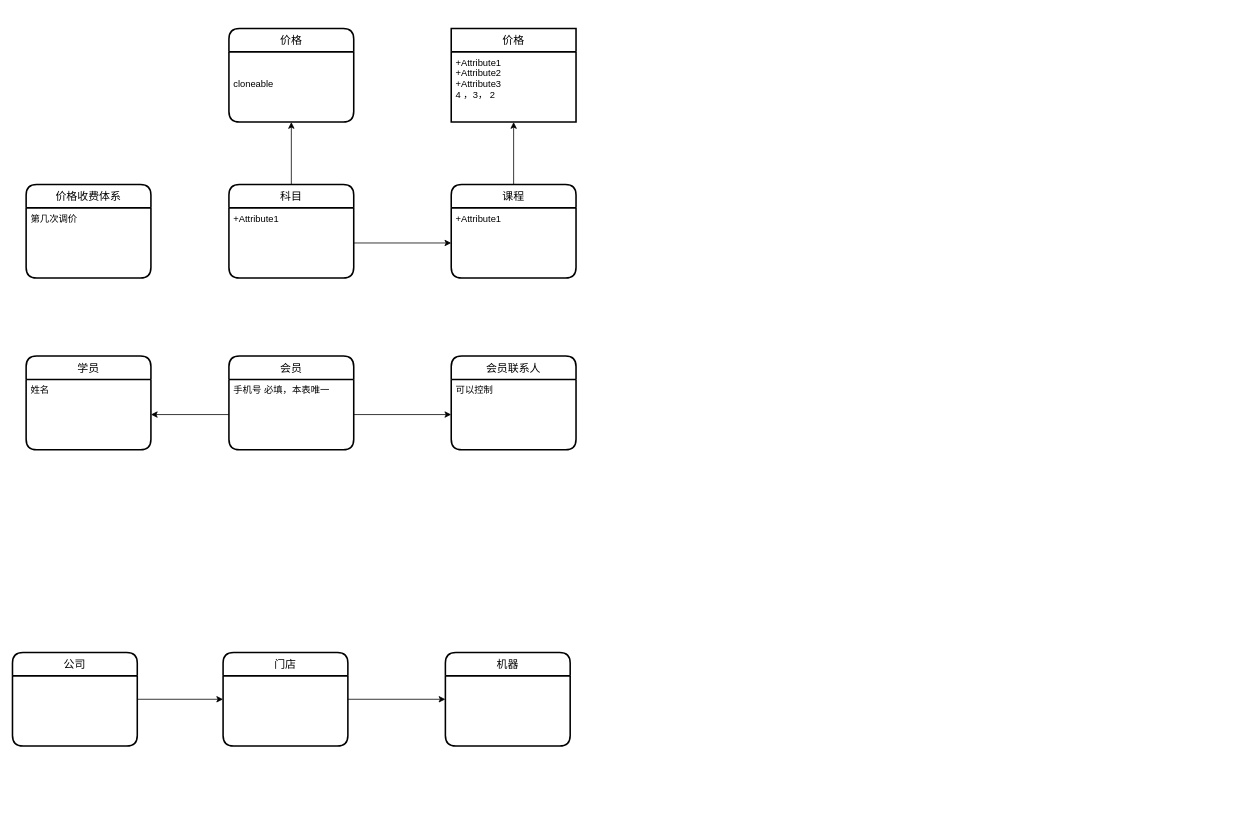
Above: skinow-erp-entity-relationship.drawio in skinow/diagrams (draw.io), before the change. Source tidied: cells renumbered, new cells numbered last; positions are measured from the earlier drawing's top-left corner, leaving out a move shared by most shapes. Both pictures are drawn from the tidied source at 78%, with x=0, y=0 at pixel (12, 28).
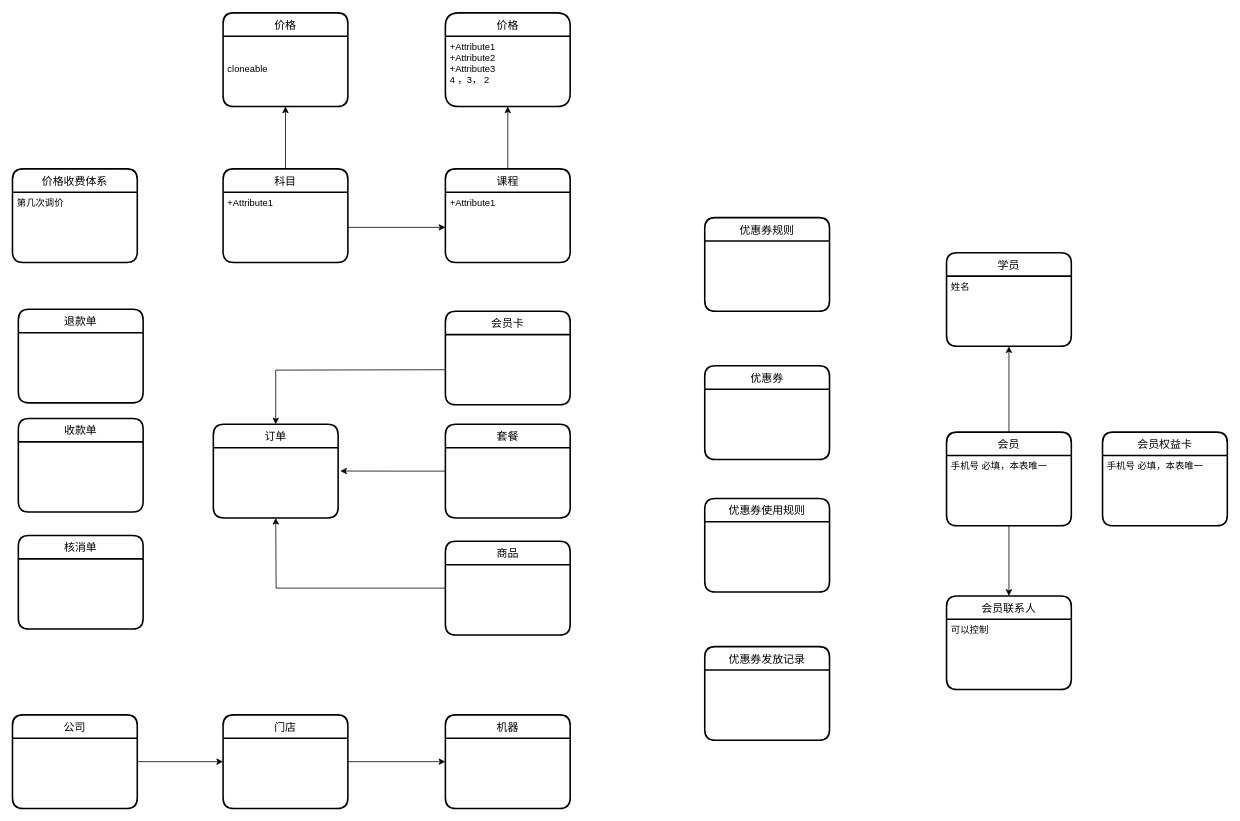
After the change.

The change refers to these unchanged cells:
```xml
<mxCell id="16" value="手机号 必填，本表唯一" style="align=left;strokeColor=none;fillColor=none;spacingLeft=4;fontSize=12;verticalAlign=top;" parent="15" vertex="1">
  <mxGeometry y="30" width="160" height="90" as="geometry" />
</mxCell>
<mxCell id="18" value="姓名" style="align=left;strokeColor=none;fillColor=none;spacingLeft=4;fontSize=12;verticalAlign=top;" parent="17" vertex="1">
  <mxGeometry y="30" width="160" height="90" as="geometry" />
</mxCell>
<mxCell id="20" value="可以控制" style="align=left;strokeColor=none;fillColor=none;spacingLeft=4;fontSize=12;verticalAlign=top;" parent="19" vertex="1">
  <mxGeometry y="30" width="160" height="90" as="geometry" />
</mxCell>
```

Diff of the diagram source:
```diff
@@
     <mxCell id="3" value="科目" style="swimlane;horizontal=1;startSize=30;rounded=1;fontSize=14;fontStyle=0;strokeWidth=2;shadow=0;dashed=0;align=center;" parent="1" vertex="1">
-      <mxGeometry x="278" y="200" width="160" height="120" as="geometry" />
+      <mxGeometry x="270.5" y="180" width="160" height="120" as="geometry" />
     </mxCell>
@@
     <mxCell id="6" value="课程" style="swimlane;horizontal=1;startSize=30;rounded=1;fontSize=14;fontStyle=0;strokeWidth=2;shadow=0;dashed=0;align=center;" parent="1" vertex="1">
-      <mxGeometry x="563" y="200" width="160" height="120" as="geometry" />
+      <mxGeometry x="555.5" y="180" width="160" height="120" as="geometry" />
     </mxCell>
@@
     <mxCell id="8" value="价格" style="swimlane;horizontal=1;startSize=30;rounded=1;fontSize=14;fontStyle=0;strokeWidth=2;shadow=0;dashed=0;align=center;" parent="1" vertex="1">
-      <mxGeometry x="278" width="160" height="120" as="geometry" />
+      <mxGeometry x="270.5" y="-20" width="160" height="120" as="geometry" />
     </mxCell>
@@
-    <mxCell id="10" value="价格" style="swimlane;horizontal=1;startSize=30;rounded=1;fontSize=14;fontStyle=0;strokeWidth=2;shadow=0;dashed=0;align=center;arcSize=0;" parent="1" vertex="1">
-      <mxGeometry x="563" width="160" height="120" as="geometry" />
+    <mxCell id="10" value="价格" style="swimlane;horizontal=1;startSize=30;rounded=1;fontSize=14;fontStyle=0;strokeWidth=2;shadow=0;dashed=0;align=center;arcSize=19;" parent="1" vertex="1">
+      <mxGeometry x="555.5" y="-20" width="160" height="120" as="geometry" />
     </mxCell>
@@
     <mxCell id="13" value="价格收费体系" style="swimlane;horizontal=1;startSize=30;rounded=1;fontSize=14;fontStyle=0;strokeWidth=2;shadow=0;dashed=0;align=center;" parent="1" vertex="1">
-      <mxGeometry x="18" y="200" width="160" height="120" as="geometry" />
+      <mxGeometry x="0.5" y="180" width="160" height="120" as="geometry" />
     </mxCell>
@@
     <mxCell id="15" value="会员" style="swimlane;horizontal=1;startSize=30;rounded=1;fontSize=14;fontStyle=0;strokeWidth=2;shadow=0;dashed=0;align=center;" parent="1" vertex="1">
-      <mxGeometry x="278" y="420" width="160" height="120" as="geometry" />
+      <mxGeometry x="1198" y="517.5" width="160" height="120" as="geometry" />
     </mxCell>
@@
     <mxCell id="17" value="学员" style="swimlane;horizontal=1;startSize=30;rounded=1;fontSize=14;fontStyle=0;strokeWidth=2;shadow=0;dashed=0;align=center;" parent="1" vertex="1">
-      <mxGeometry x="18" y="420" width="160" height="120" as="geometry" />
+      <mxGeometry x="1198" y="287.5" width="160" height="120" as="geometry" />
     </mxCell>
@@
     <mxCell id="19" value="会员联系人" style="swimlane;horizontal=1;startSize=30;rounded=1;fontSize=14;fontStyle=0;strokeWidth=2;shadow=0;dashed=0;align=center;" parent="1" vertex="1">
-      <mxGeometry x="563" y="420" width="160" height="120" as="geometry" />
+      <mxGeometry x="1198" y="727.5" width="160" height="120" as="geometry" />
     </mxCell>
@@
-    <mxCell id="21" style="edgeStyle=orthogonalEdgeStyle;rounded=0;jettySize=auto;html=1;entryX=0;entryY=0.5;entryDx=0;entryDy=0;" parent="1" edge="1" source="16" target="20">
+    <mxCell id="21" style="edgeStyle=orthogonalEdgeStyle;rounded=0;jettySize=auto;html=1;entryX=0.5;entryY=0;entryDx=0;entryDy=0;" parent="1" edge="1" source="16" target="19">
       <mxGeometry relative="1" as="geometry" />
     </mxCell>
-    <mxCell id="22" style="edgeStyle=orthogonalEdgeStyle;rounded=0;jettySize=auto;html=1;" parent="1" edge="1" source="16" target="18">
+    <mxCell id="22" style="edgeStyle=orthogonalEdgeStyle;rounded=0;jettySize=auto;html=1;exitX=0.5;exitY=0;exitDx=0;exitDy=0;" parent="1" edge="1" source="15" target="18">
       <mxGeometry relative="1" as="geometry" />
     </mxCell>
@@
     <mxCell id="24" value="公司" style="swimlane;horizontal=1;startSize=30;rounded=1;fontSize=14;fontStyle=0;strokeWidth=2;shadow=0;dashed=0;align=center;" parent="1" vertex="1">
-      <mxGeometry x="0.5" y="800" width="160" height="120" as="geometry" />
+      <mxGeometry x="0.5" y="880" width="160" height="120" as="geometry" />
     </mxCell>
@@
     <mxCell id="26" value="门店" style="swimlane;horizontal=1;startSize=30;rounded=1;fontSize=14;fontStyle=0;strokeWidth=2;shadow=0;dashed=0;align=center;" parent="1" vertex="1">
-      <mxGeometry x="270.5" y="800" width="160" height="120" as="geometry" />
+      <mxGeometry x="270.5" y="880" width="160" height="120" as="geometry" />
     </mxCell>
     <mxCell id="27" value="机器" style="swimlane;horizontal=1;startSize=30;rounded=1;fontSize=14;fontStyle=0;strokeWidth=2;shadow=0;dashed=0;align=center;" parent="1" vertex="1">
-      <mxGeometry x="555.5" y="800" width="160" height="120" as="geometry" />
+      <mxGeometry x="555.5" y="880" width="160" height="120" as="geometry" />
     </mxCell>
+    <mxCell id="28" value="会员卡" style="swimlane;horizontal=1;startSize=30;rounded=1;fontSize=14;fontStyle=0;strokeWidth=2;shadow=0;dashed=0;align=center;" parent="1" vertex="1">
+      <mxGeometry x="555.5" y="362.5" width="160" height="120" as="geometry" />
+    </mxCell>
+    <mxCell id="29" style="edgeStyle=orthogonalEdgeStyle;rounded=0;jettySize=auto;html=1;entryX=0.5;entryY=1;entryDx=0;entryDy=0;" parent="1" edge="1" source="30">
+      <mxGeometry relative="1" as="geometry">
+        <mxPoint x="338" y="627.5" as="targetPoint" />
+      </mxGeometry>
+    </mxCell>
+    <mxCell id="30" value="商品" style="swimlane;horizontal=1;startSize=30;rounded=1;fontSize=14;fontStyle=0;strokeWidth=2;shadow=0;dashed=0;align=center;" parent="1" vertex="1">
+      <mxGeometry x="555.5" y="657.5" width="160" height="120" as="geometry" />
+    </mxCell>
+    <mxCell id="31" style="edgeStyle=orthogonalEdgeStyle;rounded=0;jettySize=auto;html=1;entryX=1.017;entryY=0.332;entryDx=0;entryDy=0;entryPerimeter=0;" parent="1" edge="1" source="32">
+      <mxGeometry relative="1" as="geometry">
+        <mxPoint x="420.7" y="567.4" as="targetPoint" />
+      </mxGeometry>
+    </mxCell>
+    <mxCell id="32" value="套餐" style="swimlane;horizontal=1;startSize=30;rounded=1;fontSize=14;fontStyle=0;strokeWidth=2;shadow=0;dashed=0;align=center;" parent="1" vertex="1">
+      <mxGeometry x="555.5" y="507.5" width="160" height="120" as="geometry" />
+    </mxCell>
+    <mxCell id="33" value="订单" style="swimlane;horizontal=1;startSize=30;rounded=1;fontSize=14;fontStyle=0;strokeWidth=2;shadow=0;dashed=0;align=center;" parent="1" vertex="1">
+      <mxGeometry x="258" y="507.5" width="160" height="120" as="geometry" />
+    </mxCell>
+    <mxCell id="34" style="edgeStyle=orthogonalEdgeStyle;rounded=0;jettySize=auto;html=1;entryX=0.5;entryY=0;entryDx=0;entryDy=0;" parent="1" edge="1" target="33">
+      <mxGeometry relative="1" as="geometry">
+        <mxPoint x="555.5" y="437.5" as="sourcePoint" />
+      </mxGeometry>
+    </mxCell>
+    <mxCell id="35" value="收款单" style="swimlane;horizontal=1;startSize=30;rounded=1;fontSize=14;fontStyle=0;strokeWidth=2;shadow=0;dashed=0;align=center;" parent="1" vertex="1">
+      <mxGeometry x="8" y="500" width="160" height="120" as="geometry" />
+    </mxCell>
+    <mxCell id="36" value="退款单" style="swimlane;horizontal=1;startSize=30;rounded=1;fontSize=14;fontStyle=0;strokeWidth=2;shadow=0;dashed=0;align=center;" parent="1" vertex="1">
+      <mxGeometry x="8" y="360" width="160" height="120" as="geometry" />
+    </mxCell>
+    <mxCell id="37" value="核消单" style="swimlane;horizontal=1;startSize=30;rounded=1;fontSize=14;fontStyle=0;strokeWidth=2;shadow=0;dashed=0;align=center;" parent="1" vertex="1">
+      <mxGeometry x="8" y="650" width="160" height="120" as="geometry" />
+    </mxCell>
+    <mxCell id="38" value="优惠券" style="swimlane;horizontal=1;startSize=30;rounded=1;fontSize=14;fontStyle=0;strokeWidth=2;shadow=0;dashed=0;align=center;" parent="1" vertex="1">
+      <mxGeometry x="888" y="432.5" width="160" height="120" as="geometry" />
+    </mxCell>
+    <mxCell id="39" value="优惠券规则" style="swimlane;horizontal=1;startSize=30;rounded=1;fontSize=14;fontStyle=0;strokeWidth=2;shadow=0;dashed=0;align=center;" parent="1" vertex="1">
+      <mxGeometry x="888" y="242.5" width="160" height="120" as="geometry" />
+    </mxCell>
+    <mxCell id="40" value="优惠券使用规则" style="swimlane;horizontal=1;startSize=30;rounded=1;fontSize=14;fontStyle=0;strokeWidth=2;shadow=0;dashed=0;align=center;" parent="1" vertex="1">
+      <mxGeometry x="888" y="602.5" width="160" height="120" as="geometry" />
+    </mxCell>
+    <mxCell id="41" value="优惠券发放记录" style="swimlane;horizontal=1;startSize=30;rounded=1;fontSize=14;fontStyle=0;strokeWidth=2;shadow=0;dashed=0;align=center;" parent="1" vertex="1">
+      <mxGeometry x="888" y="792.5" width="160" height="120" as="geometry" />
+    </mxCell>
+    <mxCell id="42" value="会员权益卡" style="swimlane;horizontal=1;startSize=30;rounded=1;fontSize=14;fontStyle=0;strokeWidth=2;shadow=0;dashed=0;align=center;" parent="1" vertex="1">
+      <mxGeometry x="1398" y="517.5" width="160" height="120" as="geometry" />
+    </mxCell>
+    <mxCell id="43" value="手机号 必填，本表唯一" style="align=left;strokeColor=none;fillColor=none;spacingLeft=4;fontSize=12;verticalAlign=top;" parent="42" vertex="1">
+      <mxGeometry y="30" width="160" height="90" as="geometry" />
+    </mxCell>
```
